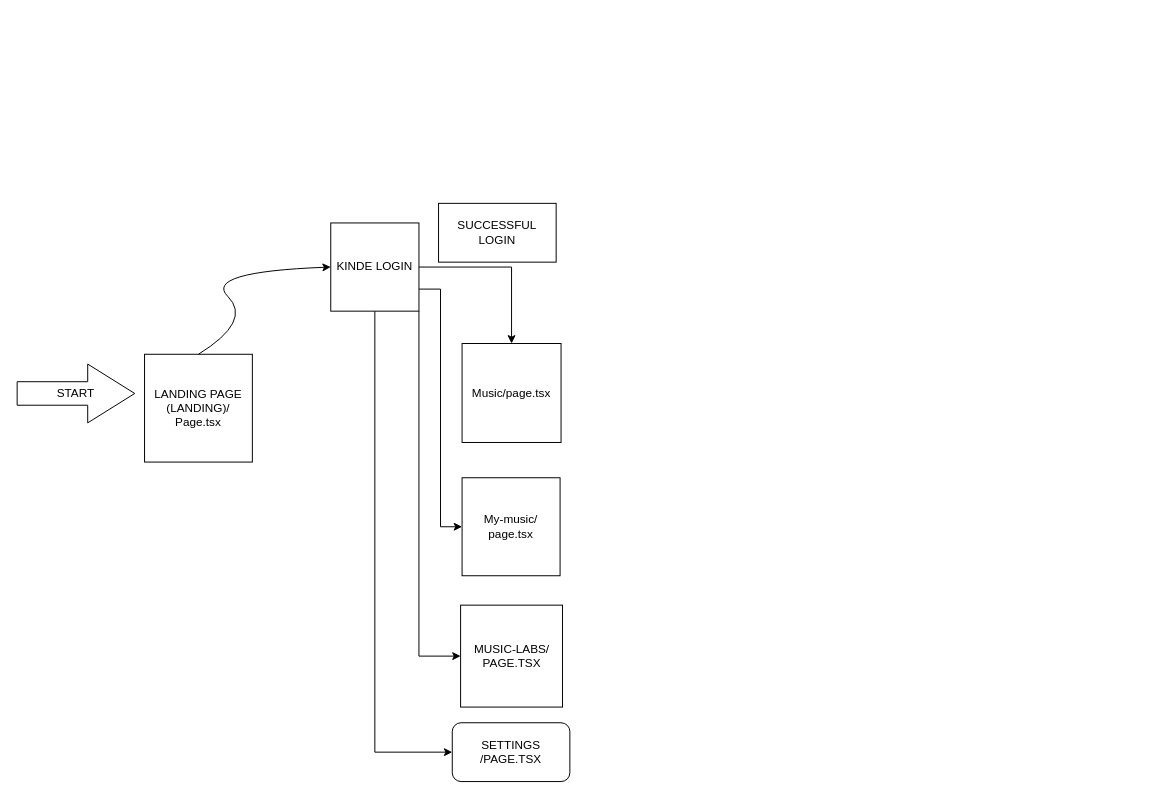
Earlier version of the draw.io diagram architecture/Untitled Diagram.drawio (ankitarrow/Architecture). Source tidied: cells renumbered, new cells numbered last; positions are measured from the earlier drawing's top-left corner, leaving out a move shared by most shapes. Both pictures are drawn from the tidied source at 98%, with x=0, y=0 at pixel (17, 203).
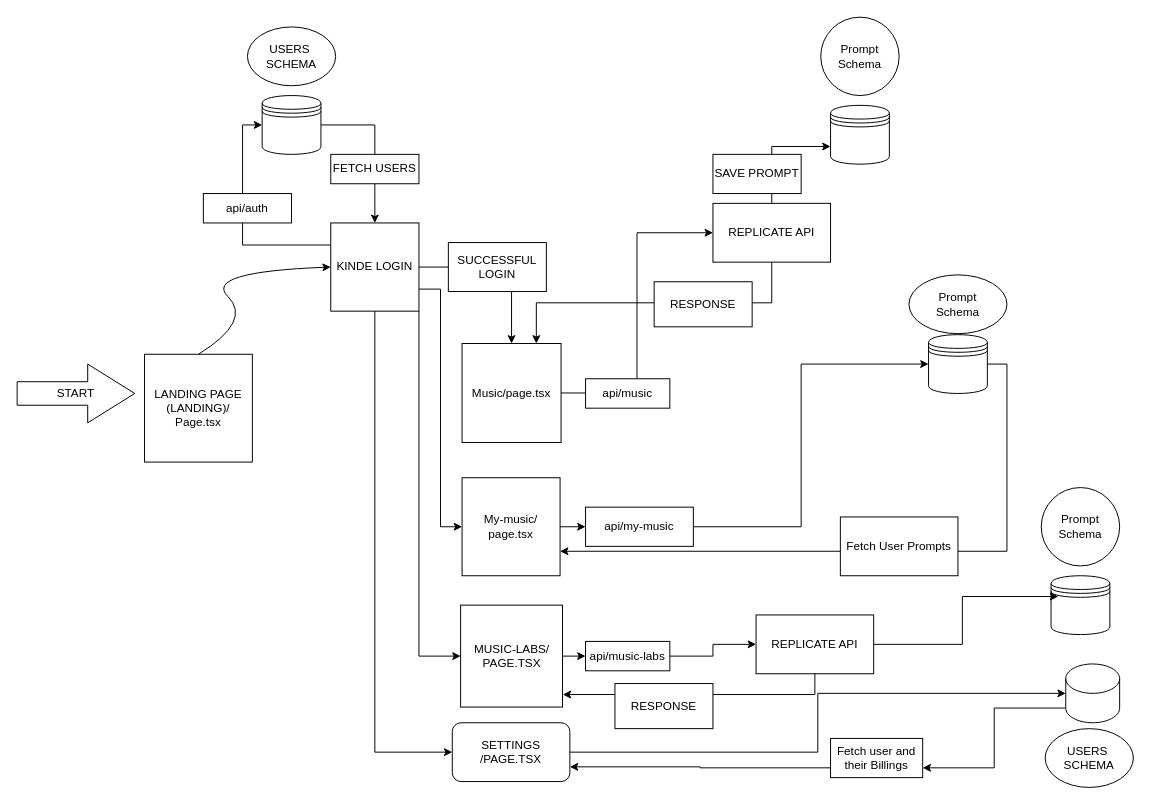
Above is the later version.

Unchanged cells that the change refers to:
```xml
<mxCell id="8" value="KINDE LOGIN" style="whiteSpace=wrap;html=1;" parent="1" vertex="1">
  <mxGeometry x="320" y="20" width="90" height="90" as="geometry" />
</mxCell>
<mxCell id="10" value="Music/page.tsx" style="whiteSpace=wrap;html=1;" parent="1" vertex="1">
  <mxGeometry x="454" y="143" width="101" height="101" as="geometry" />
</mxCell>
<mxCell id="12" value="My-music/&lt;div&gt;page.tsx&lt;/div&gt;" style="whiteSpace=wrap;html=1;" parent="1" vertex="1">
  <mxGeometry x="454" y="280" width="100" height="100" as="geometry" />
</mxCell>
<mxCell id="13" value="MUSIC-LABS/&lt;div&gt;PAGE.TSX&lt;/div&gt;" style="whiteSpace=wrap;html=1;" parent="1" vertex="1">
  <mxGeometry x="452.5" y="410" width="104" height="104" as="geometry" />
</mxCell>
<mxCell id="14" value="SETTINGS&lt;div&gt;/PAGE.TSX&lt;/div&gt;" style="rounded=1;whiteSpace=wrap;html=1;" parent="1" vertex="1">
  <mxGeometry x="444" y="530" width="120" height="60" as="geometry" />
</mxCell>
```

Diff of the diagram source:
```diff
@@
+    <mxCell id="15" style="edgeStyle=orthogonalEdgeStyle;rounded=0;jettySize=auto;html=1;exitX=0;exitY=0.25;exitDx=0;exitDy=0;entryX=0;entryY=0.5;entryDx=0;entryDy=0;" parent="1" edge="1" source="8" target="20">
+      <mxGeometry relative="1" as="geometry" />
+    </mxCell>
@@
+    <mxCell id="16" style="edgeStyle=orthogonalEdgeStyle;rounded=0;jettySize=auto;html=1;exitX=1;exitY=0.5;exitDx=0;exitDy=0;entryX=0;entryY=0.5;entryDx=0;entryDy=0;" parent="1" edge="1" source="10" target="24">
+      <mxGeometry relative="1" as="geometry" />
+    </mxCell>
@@
     <mxCell id="11" value="SUCCESSFUL&lt;div&gt;LOGIN&lt;/div&gt;" style="rounded=0;whiteSpace=wrap;html=1;" parent="1" vertex="1">
-      <mxGeometry x="430" width="120" height="60" as="geometry" />
+      <mxGeometry x="440" y="40" width="100" height="50" as="geometry" />
     </mxCell>
+    <mxCell id="17" style="edgeStyle=orthogonalEdgeStyle;rounded=0;jettySize=auto;html=1;exitX=1;exitY=0.5;exitDx=0;exitDy=0;entryX=0;entryY=0.5;entryDx=0;entryDy=0;" parent="1" edge="1" source="35" target="31">
+      <mxGeometry relative="1" as="geometry">
+        <Array as="points">
+          <mxPoint x="800" y="330" />
+          <mxPoint x="800" y="164" />
+        </Array>
+      </mxGeometry>
+    </mxCell>
@@
+    <mxCell id="18" style="edgeStyle=orthogonalEdgeStyle;rounded=0;jettySize=auto;html=1;exitX=1;exitY=0.5;exitDx=0;exitDy=0;entryX=0;entryY=0.5;entryDx=0;entryDy=0;" parent="1" edge="1" source="48" target="43">
+      <mxGeometry relative="1" as="geometry" />
+    </mxCell>
@@
+    <mxCell id="19" style="edgeStyle=orthogonalEdgeStyle;rounded=0;jettySize=auto;html=1;exitX=1;exitY=0.5;exitDx=0;exitDy=0;" parent="1" edge="1" source="20" target="8">
+      <mxGeometry relative="1" as="geometry" />
+    </mxCell>
+    <mxCell id="20" style="shape=datastore;whiteSpace=wrap;html=1;" parent="1" vertex="1">
+      <mxGeometry x="250" y="-110" width="60" height="60" as="geometry" />
+    </mxCell>
+    <mxCell id="21" value="FETCH USERS" style="rounded=0;whiteSpace=wrap;html=1;" parent="1" vertex="1">
+      <mxGeometry x="320" y="-50" width="90" height="30" as="geometry" />
+    </mxCell>
+    <mxCell id="22" style="edgeStyle=orthogonalEdgeStyle;rounded=0;jettySize=auto;html=1;exitX=0.5;exitY=0;exitDx=0;exitDy=0;entryX=0;entryY=0.7;entryDx=0;entryDy=0;" parent="1" edge="1" source="24" target="25">
+      <mxGeometry relative="1" as="geometry" />
+    </mxCell>
+    <mxCell id="23" style="edgeStyle=orthogonalEdgeStyle;rounded=0;jettySize=auto;html=1;exitX=0.5;exitY=1;exitDx=0;exitDy=0;entryX=0.75;entryY=0;entryDx=0;entryDy=0;" parent="1" edge="1" source="24" target="10">
+      <mxGeometry relative="1" as="geometry" />
+    </mxCell>
+    <mxCell id="24" value="REPLICATE API" style="rounded=0;whiteSpace=wrap;html=1;" parent="1" vertex="1">
+      <mxGeometry x="710" width="120" height="60" as="geometry" />
+    </mxCell>
+    <mxCell id="25" style="shape=datastore;whiteSpace=wrap;html=1;" parent="1" vertex="1">
+      <mxGeometry x="830" y="-100" width="60" height="60" as="geometry" />
+    </mxCell>
+    <mxCell id="26" value="SAVE PROMPT" style="rounded=0;whiteSpace=wrap;html=1;" parent="1" vertex="1">
+      <mxGeometry x="710" y="-50" width="90" height="40" as="geometry" />
+    </mxCell>
+    <mxCell id="27" value="USERS&amp;nbsp;&lt;div&gt;SCHEMA&lt;/div&gt;" style="ellipse;whiteSpace=wrap;html=1;" parent="1" vertex="1">
+      <mxGeometry x="235" y="-180" width="90" height="60" as="geometry" />
+    </mxCell>
+    <mxCell id="28" value="Prompt Schema" style="ellipse;whiteSpace=wrap;html=1;" parent="1" vertex="1">
+      <mxGeometry x="820" y="-190" width="80" height="80" as="geometry" />
+    </mxCell>
+    <mxCell id="29" value="RESPONSE" style="rounded=0;whiteSpace=wrap;html=1;" parent="1" vertex="1">
+      <mxGeometry x="650" y="80" width="100" height="46" as="geometry" />
+    </mxCell>
+    <mxCell id="30" style="edgeStyle=orthogonalEdgeStyle;rounded=0;jettySize=auto;html=1;exitX=1;exitY=0.5;exitDx=0;exitDy=0;entryX=1;entryY=0.75;entryDx=0;entryDy=0;" parent="1" edge="1" source="31" target="12">
+      <mxGeometry relative="1" as="geometry" />
+    </mxCell>
+    <mxCell id="31" style="shape=datastore;whiteSpace=wrap;html=1;" parent="1" vertex="1">
+      <mxGeometry x="930" y="134" width="60" height="60" as="geometry" />
+    </mxCell>
+    <mxCell id="32" value="api/auth" style="rounded=0;whiteSpace=wrap;html=1;" parent="1" vertex="1">
+      <mxGeometry x="190" y="-10" width="90" height="30" as="geometry" />
+    </mxCell>
+    <mxCell id="33" value="api/music" style="rounded=0;whiteSpace=wrap;html=1;" parent="1" vertex="1">
+      <mxGeometry x="580" y="179" width="86" height="30" as="geometry" />
+    </mxCell>
+    <mxCell id="34" style="edgeStyle=orthogonalEdgeStyle;rounded=0;jettySize=auto;html=1;exitX=1;exitY=0.5;exitDx=0;exitDy=0;entryX=0;entryY=0.5;entryDx=0;entryDy=0;" parent="1" edge="1" source="12" target="35">
+      <mxGeometry relative="1" as="geometry" />
+    </mxCell>
+    <mxCell id="35" value="api/my-music" style="rounded=0;whiteSpace=wrap;html=1;" parent="1" vertex="1">
+      <mxGeometry x="580" y="310" width="110" height="40" as="geometry" />
+    </mxCell>
+    <mxCell id="36" value="Prompt&lt;br&gt;Schema" style="ellipse;whiteSpace=wrap;html=1;" parent="1" vertex="1">
+      <mxGeometry x="910" y="73" width="100" height="60" as="geometry" />
+    </mxCell>
+    <mxCell id="37" value="Fetch User Prompts" style="rounded=0;whiteSpace=wrap;html=1;" parent="1" vertex="1">
+      <mxGeometry x="840" y="320" width="120" height="60" as="geometry" />
+    </mxCell>
+    <mxCell id="38" style="edgeStyle=orthogonalEdgeStyle;rounded=0;jettySize=auto;html=1;exitX=0;exitY=1;exitDx=0;exitDy=-15;exitPerimeter=0;entryX=1;entryY=0.75;entryDx=0;entryDy=0;" parent="1" edge="1" source="39" target="42">
+      <mxGeometry relative="1" as="geometry" />
+    </mxCell>
+    <mxCell id="39" style="shape=cylinder3;whiteSpace=wrap;html=1;boundedLbl=1;backgroundOutline=1;size=15;" parent="1" vertex="1">
+      <mxGeometry x="1070" y="470" width="55" height="60" as="geometry" />
+    </mxCell>
+    <mxCell id="40" style="edgeStyle=orthogonalEdgeStyle;rounded=0;jettySize=auto;html=1;exitX=1;exitY=0.5;exitDx=0;exitDy=0;entryX=0;entryY=0.5;entryDx=0;entryDy=0;entryPerimeter=0;" parent="1" edge="1" source="14" target="39">
+      <mxGeometry relative="1" as="geometry" />
+    </mxCell>
+    <mxCell id="41" style="edgeStyle=orthogonalEdgeStyle;rounded=0;jettySize=auto;html=1;exitX=0;exitY=0.75;exitDx=0;exitDy=0;entryX=1;entryY=0.75;entryDx=0;entryDy=0;" parent="1" edge="1" source="42" target="14">
+      <mxGeometry relative="1" as="geometry" />
+    </mxCell>
+    <mxCell id="42" value="Fetch user and their Billings" style="rounded=0;whiteSpace=wrap;html=1;" parent="1" vertex="1">
+      <mxGeometry x="830" y="546" width="94" height="40" as="geometry" />
+    </mxCell>
+    <mxCell id="43" value="REPLICATE API" style="rounded=0;whiteSpace=wrap;html=1;" parent="1" vertex="1">
+      <mxGeometry x="754" y="420" width="120" height="60" as="geometry" />
+    </mxCell>
+    <mxCell id="44" style="edgeStyle=orthogonalEdgeStyle;rounded=0;jettySize=auto;html=1;exitX=0.5;exitY=1;exitDx=0;exitDy=0;entryX=1.003;entryY=0.877;entryDx=0;entryDy=0;entryPerimeter=0;" parent="1" edge="1" source="43" target="13">
+      <mxGeometry relative="1" as="geometry" />
+    </mxCell>
+    <mxCell id="45" value="RESPONSE" style="rounded=0;whiteSpace=wrap;html=1;" parent="1" vertex="1">
+      <mxGeometry x="610" y="490" width="100" height="46" as="geometry" />
+    </mxCell>
+    <mxCell id="46" value="USERS&amp;nbsp;&lt;div&gt;SCHEMA&lt;/div&gt;" style="ellipse;whiteSpace=wrap;html=1;" parent="1" vertex="1">
+      <mxGeometry x="1049" y="536" width="90" height="60" as="geometry" />
+    </mxCell>
+    <mxCell id="47" style="edgeStyle=orthogonalEdgeStyle;rounded=0;jettySize=auto;html=1;exitX=1;exitY=0.5;exitDx=0;exitDy=0;entryX=0;entryY=0.5;entryDx=0;entryDy=0;" parent="1" edge="1" source="13" target="48">
+      <mxGeometry relative="1" as="geometry" />
+    </mxCell>
+    <mxCell id="48" value="api/music-labs" style="rounded=0;whiteSpace=wrap;html=1;" parent="1" vertex="1">
+      <mxGeometry x="580" y="447" width="86" height="30" as="geometry" />
+    </mxCell>
+    <mxCell id="49" style="shape=datastore;whiteSpace=wrap;html=1;" parent="1" vertex="1">
+      <mxGeometry x="1055" y="380" width="60" height="60" as="geometry" />
+    </mxCell>
+    <mxCell id="50" value="Prompt Schema" style="ellipse;whiteSpace=wrap;html=1;" parent="1" vertex="1">
+      <mxGeometry x="1045" y="290" width="80" height="80" as="geometry" />
+    </mxCell>
+    <mxCell id="51" style="edgeStyle=orthogonalEdgeStyle;rounded=0;jettySize=auto;html=1;exitX=1;exitY=0.5;exitDx=0;exitDy=0;entryX=0.123;entryY=0.353;entryDx=0;entryDy=0;entryPerimeter=0;" parent="1" edge="1" source="43" target="49">
+      <mxGeometry relative="1" as="geometry" />
+    </mxCell>
```
